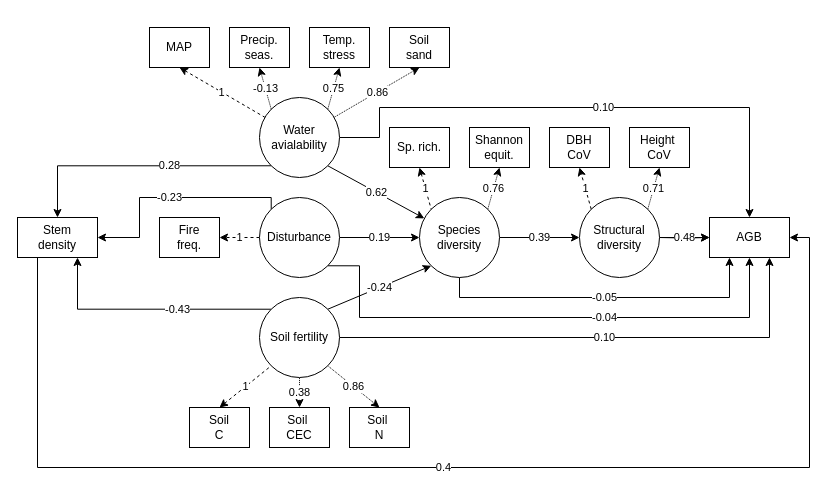
johngodlee/southern_african_befr keeps this draw.io diagram as sem_path_diag/full.drawio. Above is the earlier version. Source tidied: cells renumbered, new cells numbered last; positions are measured from the earlier drawing's top-left corner, leaving out a move shared by most shapes. Both pictures are drawn from the tidied source at 100%, with x=0, y=0 at pixel (17, 27).
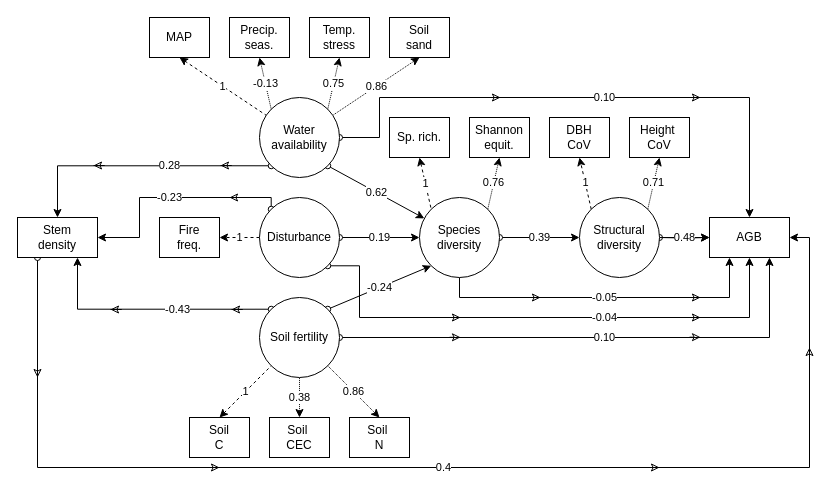
After the change.

Unchanged cells that the change refers to:
```xml
<mxCell id="4" value="AGB" style="rounded=1;whiteSpace=wrap;html=1;fontSize=12;glass=0;strokeWidth=1;shadow=0;arcSize=0;align=center;fontStyle=0;" parent="1" vertex="1">
  <mxGeometry x="692" y="190" width="80" height="40" as="geometry" />
</mxCell>
<mxCell id="6" value="Stem&lt;br&gt;density" style="rounded=1;whiteSpace=wrap;html=1;fontSize=12;glass=0;strokeWidth=1;shadow=0;arcSize=0;align=center;fontStyle=0;" parent="1" vertex="1">
  <mxGeometry y="190" width="80" height="40" as="geometry" />
</mxCell>
<mxCell id="9" value="Species&lt;br&gt;diversity" style="ellipse;whiteSpace=wrap;html=1;" parent="1" vertex="1">
  <mxGeometry x="402" y="170" width="80" height="80" as="geometry" />
</mxCell>
<mxCell id="13" value="Structural&lt;br&gt;diversity" style="ellipse;whiteSpace=wrap;html=1;" parent="1" vertex="1">
  <mxGeometry x="562" y="170" width="80" height="80" as="geometry" />
</mxCell>
<mxCell id="17" value="Soil fertility" style="ellipse;whiteSpace=wrap;html=1;" parent="1" vertex="1">
  <mxGeometry x="242" y="270" width="80" height="80" as="geometry" />
</mxCell>
<mxCell id="26" value="Disturbance" style="ellipse;whiteSpace=wrap;html=1;" parent="1" vertex="1">
  <mxGeometry x="242" y="170" width="80" height="80" as="geometry" />
</mxCell>
```

Change to the diagram source:
```diff
@@
-    <mxCell id="2" value="0.39" style="edgeStyle=orthogonalEdgeStyle;rounded=0;jettySize=auto;html=1;fontStyle=0;exitX=1;exitY=0.5;exitDx=0;exitDy=0;" parent="1" edge="1" source="9">
+    <mxCell id="2" value="0.39" style="edgeStyle=orthogonalEdgeStyle;rounded=0;jettySize=auto;html=1;fontStyle=0;exitX=1;exitY=0.5;exitDx=0;exitDy=0;startArrow=oval;startFill=0;" parent="1" edge="1" source="9">
       <mxGeometry relative="1" as="geometry">
         <mxPoint x="562" y="210" as="targetPoint" />
       </mxGeometry>
     </mxCell>
@@
-    <mxCell id="5" value="0.4" style="edgeStyle=orthogonalEdgeStyle;rounded=0;jettySize=auto;html=1;entryX=1;entryY=0.5;entryDx=0;entryDy=0;exitX=0.25;exitY=1;exitDx=0;exitDy=0;" parent="1" edge="1" source="6" target="4">
+    <mxCell id="5" value="0.4" style="edgeStyle=orthogonalEdgeStyle;rounded=0;jettySize=auto;html=1;entryX=1;entryY=0.5;entryDx=0;entryDy=0;exitX=0.25;exitY=1;exitDx=0;exitDy=0;startArrow=oval;startFill=0;" parent="1" edge="1" source="6" target="4">
       <mxGeometry relative="1" as="geometry">
         <Array as="points">
           <mxPoint x="20" y="440" />
           <mxPoint x="792" y="440" />
           <mxPoint x="792" y="210" />
         </Array>
       </mxGeometry>
     </mxCell>
@@
-    <mxCell id="12" value="0.48" style="edgeStyle=orthogonalEdgeStyle;rounded=0;jettySize=auto;html=1;startArrow=none;startFill=0;endArrow=classic;endFill=1;" parent="1" edge="1" source="13" target="4">
+    <mxCell id="12" value="0.48" style="edgeStyle=orthogonalEdgeStyle;rounded=0;jettySize=auto;html=1;startArrow=oval;startFill=0;endArrow=classic;endFill=1;" parent="1" edge="1" source="13" target="4">
       <mxGeometry x="-0.02" relative="1" as="geometry" />
     </mxCell>
@@
-    <mxCell id="14" value="-0.24" style="edgeStyle=none;rounded=0;jettySize=auto;html=1;exitX=1;exitY=0;exitDx=0;exitDy=0;entryX=0;entryY=1;entryDx=0;entryDy=0;" parent="1" edge="1" source="17" target="9">
+    <mxCell id="14" value="-0.24" style="edgeStyle=none;rounded=0;jettySize=auto;html=1;exitX=1;exitY=0;exitDx=0;exitDy=0;entryX=0;entryY=1;entryDx=0;entryDy=0;startArrow=oval;startFill=0;" parent="1" edge="1" source="17" target="9">
       <mxGeometry relative="1" as="geometry" />
     </mxCell>
-    <mxCell id="15" value="-0.43" style="edgeStyle=orthogonalEdgeStyle;rounded=0;jettySize=auto;html=1;entryX=0.75;entryY=1;entryDx=0;entryDy=0;exitX=0;exitY=0;exitDx=0;exitDy=0;" parent="1" edge="1" source="17" target="6">
+    <mxCell id="15" value="-0.43" style="edgeStyle=orthogonalEdgeStyle;rounded=0;jettySize=auto;html=1;entryX=0.75;entryY=1;entryDx=0;entryDy=0;exitX=0;exitY=0;exitDx=0;exitDy=0;startArrow=oval;startFill=0;" parent="1" edge="1" source="17" target="6">
       <mxGeometry x="-0.23" relative="1" as="geometry" />
     </mxCell>
-    <mxCell id="16" value="0.10" style="edgeStyle=orthogonalEdgeStyle;rounded=0;jettySize=auto;html=1;entryX=0.75;entryY=1;entryDx=0;entryDy=0;startArrow=none;startFill=0;endArrow=classic;endFill=1;" parent="1" edge="1" source="17" target="4">
+    <mxCell id="16" value="0.10" style="edgeStyle=orthogonalEdgeStyle;rounded=0;jettySize=auto;html=1;entryX=0.75;entryY=1;entryDx=0;entryDy=0;startArrow=oval;startFill=0;endArrow=classic;endFill=1;" parent="1" edge="1" source="17" target="4">
       <mxGeometry x="0.04" relative="1" as="geometry">
         <Array as="points">
           <mxPoint x="752" y="310" />
         </Array>
       </mxGeometry>
     </mxCell>
@@
-    <mxCell id="18" value="0.62" style="edgeStyle=none;rounded=0;jettySize=auto;html=1;exitX=1;exitY=1;exitDx=0;exitDy=0;" parent="1" edge="1" source="21" target="9">
+    <mxCell id="18" value="0.62" style="edgeStyle=none;rounded=0;jettySize=auto;html=1;exitX=1;exitY=1;exitDx=0;exitDy=0;startArrow=oval;startFill=0;" parent="1" edge="1" source="21" target="9">
       <mxGeometry relative="1" as="geometry" />
     </mxCell>
-    <mxCell id="19" value="0.28" style="rounded=0;jettySize=auto;html=1;entryX=0.5;entryY=0;entryDx=0;entryDy=0;exitX=0;exitY=1;exitDx=0;exitDy=0;edgeStyle=orthogonalEdgeStyle;" parent="1" edge="1" source="21" target="6">
+    <mxCell id="19" value="0.28" style="rounded=0;jettySize=auto;html=1;entryX=0.5;entryY=0;entryDx=0;entryDy=0;exitX=0;exitY=1;exitDx=0;exitDy=0;edgeStyle=orthogonalEdgeStyle;startArrow=oval;startFill=0;" parent="1" edge="1" source="21" target="6">
       <mxGeometry x="-0.23" relative="1" as="geometry" />
     </mxCell>
-    <mxCell id="20" value="0.10" style="edgeStyle=orthogonalEdgeStyle;rounded=0;jettySize=auto;html=1;exitX=1;exitY=0.5;exitDx=0;exitDy=0;startArrow=none;startFill=0;endArrow=classic;endFill=1;entryX=0.5;entryY=0;entryDx=0;entryDy=0;" parent="1" edge="1" source="21" target="4">
+    <mxCell id="20" value="0.10" style="edgeStyle=orthogonalEdgeStyle;rounded=0;jettySize=auto;html=1;exitX=1;exitY=0.5;exitDx=0;exitDy=0;startArrow=oval;startFill=0;endArrow=classic;endFill=1;entryX=0.5;entryY=0;entryDx=0;entryDy=0;" parent="1" edge="1" source="21" target="4">
       <mxGeometry x="0.07" relative="1" as="geometry">
         <Array as="points">
           <mxPoint x="362" y="110" />
-          <mxPoint x="362" y="80" />
-          <mxPoint x="732" y="80" />
+          <mxPoint x="362" y="70" />
+          <mxPoint x="732" y="70" />
         </Array>
       </mxGeometry>
     </mxCell>
-    <mxCell id="21" value="Water&lt;br&gt;avialability" style="ellipse;whiteSpace=wrap;html=1;" parent="1" vertex="1">
+    <mxCell id="21" value="Water&lt;br&gt;availability" style="ellipse;whiteSpace=wrap;html=1;" parent="1" vertex="1">
       <mxGeometry x="242" y="70" width="80" height="80" as="geometry" />
     </mxCell>
-    <mxCell id="22" value="0.19" style="edgeStyle=none;rounded=0;jettySize=auto;html=1;" parent="1" edge="1" source="26" target="9">
+    <mxCell id="22" value="0.19" style="edgeStyle=none;rounded=0;jettySize=auto;html=1;startArrow=oval;startFill=0;" parent="1" edge="1" source="26" target="9">
       <mxGeometry relative="1" as="geometry" />
     </mxCell>
-    <mxCell id="23" value="-0.23" style="edgeStyle=orthogonalEdgeStyle;rounded=0;jettySize=auto;html=1;exitX=0;exitY=0;exitDx=0;exitDy=0;" parent="1" edge="1" source="26">
+    <mxCell id="23" value="-0.23" style="edgeStyle=orthogonalEdgeStyle;rounded=0;jettySize=auto;html=1;exitX=0;exitY=0;exitDx=0;exitDy=0;startArrow=oval;startFill=0;" parent="1" edge="1" source="26">
       <mxGeometry relative="1" as="geometry">
         <mxPoint x="80" y="210" as="targetPoint" />
         <Array as="points">
           <mxPoint x="254" y="170" />
           <mxPoint x="122" y="170" />
           <mxPoint x="122" y="210" />
         </Array>
       </mxGeometry>
     </mxCell>
@@
-    <mxCell id="25" value="-0.04" style="edgeStyle=orthogonalEdgeStyle;rounded=0;jettySize=auto;html=1;exitX=1;exitY=1;exitDx=0;exitDy=0;entryX=0.5;entryY=1;entryDx=0;entryDy=0;startArrow=none;startFill=0;endArrow=classic;endFill=1;" parent="1" edge="1" source="26" target="4">
+    <mxCell id="25" value="-0.04" style="edgeStyle=orthogonalEdgeStyle;rounded=0;jettySize=auto;html=1;exitX=1;exitY=1;exitDx=0;exitDy=0;entryX=0.5;entryY=1;entryDx=0;entryDy=0;startArrow=oval;startFill=0;endArrow=classic;endFill=1;" parent="1" edge="1" source="26" target="4">
       <mxGeometry x="0.23" relative="1" as="geometry">
         <Array as="points">
           <mxPoint x="342" y="238" />
           <mxPoint x="342" y="290" />
           <mxPoint x="732" y="290" />
         </Array>
       </mxGeometry>
     </mxCell>
@@
     <mxCell id="28" value="Sp. rich." style="rounded=1;whiteSpace=wrap;html=1;fontSize=12;glass=0;strokeWidth=1;shadow=0;arcSize=0;align=center;fontStyle=0;" parent="1" vertex="1">
-      <mxGeometry x="372" y="100" width="60" height="40" as="geometry" />
+      <mxGeometry x="372" y="90" width="60" height="40" as="geometry" />
     </mxCell>
     <mxCell id="29" value="Shannon equit." style="rounded=1;whiteSpace=wrap;html=1;fontSize=12;glass=0;strokeWidth=1;shadow=0;arcSize=0;align=center;fontStyle=0;" parent="1" vertex="1">
-      <mxGeometry x="452" y="100" width="60" height="40" as="geometry" />
+      <mxGeometry x="452" y="90" width="60" height="40" as="geometry" />
     </mxCell>
     <mxCell id="30" value="DBH &lt;br&gt;CoV" style="rounded=1;whiteSpace=wrap;html=1;fontSize=12;glass=0;strokeWidth=1;shadow=0;arcSize=0;align=center;fontStyle=0;" parent="1" vertex="1">
-      <mxGeometry x="532" y="100" width="60" height="40" as="geometry" />
+      <mxGeometry x="532" y="90" width="60" height="40" as="geometry" />
     </mxCell>
     <mxCell id="31" value="Height&amp;nbsp;&lt;br&gt;CoV" style="rounded=1;whiteSpace=wrap;html=1;fontSize=12;glass=0;strokeWidth=1;shadow=0;arcSize=0;align=center;fontStyle=0;" parent="1" vertex="1">
-      <mxGeometry x="612" y="100" width="60" height="40" as="geometry" />
+      <mxGeometry x="612" y="90" width="60" height="40" as="geometry" />
     </mxCell>
@@
     <mxCell id="33" value="Soil&lt;br&gt;sand" style="rounded=1;whiteSpace=wrap;html=1;fontSize=12;glass=0;strokeWidth=1;shadow=0;arcSize=0;align=center;fontStyle=0;" parent="1" vertex="1">
-      <mxGeometry x="372" width="60" height="40" as="geometry" />
+      <mxGeometry x="372" y="-10" width="60" height="40" as="geometry" />
     </mxCell>
@@
     <mxCell id="35" value="Temp.&lt;br&gt;stress" style="rounded=1;whiteSpace=wrap;html=1;fontSize=12;glass=0;strokeWidth=1;shadow=0;arcSize=0;align=center;fontStyle=0;" parent="1" vertex="1">
-      <mxGeometry x="292" width="60" height="40" as="geometry" />
+      <mxGeometry x="292" y="-10" width="60" height="40" as="geometry" />
     </mxCell>
@@
     <mxCell id="37" value="Precip.&lt;br&gt;seas." style="rounded=1;whiteSpace=wrap;html=1;fontSize=12;glass=0;strokeWidth=1;shadow=0;arcSize=0;align=center;fontStyle=0;" parent="1" vertex="1">
-      <mxGeometry x="212" width="60" height="40" as="geometry" />
+      <mxGeometry x="212" y="-10" width="60" height="40" as="geometry" />
     </mxCell>
@@
     <mxCell id="39" value="Soil&amp;nbsp;&lt;br&gt;N" style="rounded=1;whiteSpace=wrap;html=1;fontSize=12;glass=0;strokeWidth=1;shadow=0;arcSize=0;align=center;fontStyle=0;" parent="1" vertex="1">
-      <mxGeometry x="332" y="380" width="60" height="40" as="geometry" />
+      <mxGeometry x="332" y="390" width="60" height="40" as="geometry" />
     </mxCell>
@@
     <mxCell id="41" value="Soil&amp;nbsp;&lt;br&gt;CEC" style="rounded=1;whiteSpace=wrap;html=1;fontSize=12;glass=0;strokeWidth=1;shadow=0;arcSize=0;align=center;fontStyle=0;" parent="1" vertex="1">
-      <mxGeometry x="252" y="380" width="60" height="40" as="geometry" />
+      <mxGeometry x="252" y="390" width="60" height="40" as="geometry" />
     </mxCell>
@@
     <mxCell id="43" value="Soil&lt;br&gt;C" style="rounded=1;whiteSpace=wrap;html=1;fontSize=12;glass=0;strokeWidth=1;shadow=0;arcSize=0;align=center;fontStyle=0;" parent="1" vertex="1">
-      <mxGeometry x="172" y="380" width="60" height="40" as="geometry" />
+      <mxGeometry x="172" y="390" width="60" height="40" as="geometry" />
     </mxCell>
@@
     <mxCell id="46" value="MAP" style="rounded=1;whiteSpace=wrap;html=1;fontSize=12;glass=0;strokeWidth=1;shadow=0;arcSize=0;align=center;fontStyle=0;" parent="1" vertex="1">
-      <mxGeometry x="132" width="60" height="40" as="geometry" />
+      <mxGeometry x="132" y="-10" width="60" height="40" as="geometry" />
     </mxCell>
+    <mxCell id="47" style="edgeStyle=orthogonalEdgeStyle;rounded=0;orthogonalLoop=1;jettySize=auto;html=1;fontStyle=0;endArrow=classic;endFill=0;" parent="1" edge="1">
+      <mxGeometry relative="1" as="geometry">
+        <mxPoint x="452" y="70" as="sourcePoint" />
+        <mxPoint x="483" y="70" as="targetPoint" />
+      </mxGeometry>
+    </mxCell>
+    <mxCell id="48" style="edgeStyle=orthogonalEdgeStyle;rounded=0;orthogonalLoop=1;jettySize=auto;html=1;fontStyle=0;endArrow=classic;endFill=0;" parent="1" edge="1">
+      <mxGeometry relative="1" as="geometry">
+        <mxPoint x="652" y="70" as="sourcePoint" />
+        <mxPoint x="683" y="70" as="targetPoint" />
+      </mxGeometry>
+    </mxCell>
+    <mxCell id="49" style="edgeStyle=orthogonalEdgeStyle;rounded=0;orthogonalLoop=1;jettySize=auto;html=1;fontStyle=0;endArrow=classic;endFill=0;" parent="1" edge="1">
+      <mxGeometry relative="1" as="geometry">
+        <mxPoint x="492" y="270" as="sourcePoint" />
+        <mxPoint x="523" y="270" as="targetPoint" />
+      </mxGeometry>
+    </mxCell>
+    <mxCell id="50" style="edgeStyle=orthogonalEdgeStyle;rounded=0;orthogonalLoop=1;jettySize=auto;html=1;fontStyle=0;endArrow=classic;endFill=0;" parent="1" edge="1">
+      <mxGeometry relative="1" as="geometry">
+        <mxPoint x="652" y="270" as="sourcePoint" />
+        <mxPoint x="683" y="270" as="targetPoint" />
+      </mxGeometry>
+    </mxCell>
+    <mxCell id="51" style="edgeStyle=orthogonalEdgeStyle;rounded=0;orthogonalLoop=1;jettySize=auto;html=1;fontStyle=0;endArrow=classic;endFill=0;" parent="1" edge="1">
+      <mxGeometry relative="1" as="geometry">
+        <mxPoint x="412" y="290" as="sourcePoint" />
+        <mxPoint x="443" y="290" as="targetPoint" />
+      </mxGeometry>
+    </mxCell>
+    <mxCell id="52" style="edgeStyle=orthogonalEdgeStyle;rounded=0;orthogonalLoop=1;jettySize=auto;html=1;fontStyle=0;endArrow=classic;endFill=0;" parent="1" edge="1">
+      <mxGeometry relative="1" as="geometry">
+        <mxPoint x="652" y="290" as="sourcePoint" />
+        <mxPoint x="683" y="290" as="targetPoint" />
+      </mxGeometry>
+    </mxCell>
+    <mxCell id="53" style="edgeStyle=orthogonalEdgeStyle;rounded=0;orthogonalLoop=1;jettySize=auto;html=1;fontStyle=0;endArrow=classic;endFill=0;" parent="1" edge="1">
+      <mxGeometry relative="1" as="geometry">
+        <mxPoint x="672" y="310" as="sourcePoint" />
+        <mxPoint x="683" y="309.7" as="targetPoint" />
+        <Array as="points">
+          <mxPoint x="683" y="310" />
+          <mxPoint x="683" y="310" />
+        </Array>
+      </mxGeometry>
+    </mxCell>
+    <mxCell id="54" style="edgeStyle=orthogonalEdgeStyle;rounded=0;orthogonalLoop=1;jettySize=auto;html=1;fontStyle=0;endArrow=classic;endFill=0;" parent="1" edge="1">
+      <mxGeometry relative="1" as="geometry">
+        <mxPoint x="432" y="310.1" as="sourcePoint" />
+        <mxPoint x="443" y="309.8" as="targetPoint" />
+        <Array as="points">
+          <mxPoint x="443" y="310.1" />
+          <mxPoint x="443" y="310.1" />
+        </Array>
+      </mxGeometry>
+    </mxCell>
+    <mxCell id="55" style="edgeStyle=orthogonalEdgeStyle;rounded=0;orthogonalLoop=1;jettySize=auto;html=1;fontStyle=0;endArrow=classic;endFill=0;" parent="1" edge="1">
+      <mxGeometry relative="1" as="geometry">
+        <mxPoint x="191" y="440.3" as="sourcePoint" />
+        <mxPoint x="202" y="440" as="targetPoint" />
+        <Array as="points">
+          <mxPoint x="202" y="440.3" />
+          <mxPoint x="202" y="440.3" />
+        </Array>
+      </mxGeometry>
+    </mxCell>
+    <mxCell id="56" style="edgeStyle=orthogonalEdgeStyle;rounded=0;orthogonalLoop=1;jettySize=auto;html=1;fontStyle=0;endArrow=classic;endFill=0;" parent="1" edge="1">
+      <mxGeometry relative="1" as="geometry">
+        <mxPoint x="631" y="440.3" as="sourcePoint" />
+        <mxPoint x="642" y="440" as="targetPoint" />
+        <Array as="points">
+          <mxPoint x="642" y="440.3" />
+          <mxPoint x="642" y="440.3" />
+        </Array>
+      </mxGeometry>
+    </mxCell>
+    <mxCell id="57" style="edgeStyle=orthogonalEdgeStyle;rounded=0;orthogonalLoop=1;jettySize=auto;html=1;fontStyle=0;endArrow=classic;endFill=0;" parent="1" edge="1">
+      <mxGeometry relative="1" as="geometry">
+        <mxPoint x="792" y="330" as="sourcePoint" />
+        <mxPoint x="792" y="320" as="targetPoint" />
+        <Array as="points">
+          <mxPoint x="792" y="350" />
+        </Array>
+      </mxGeometry>
+    </mxCell>
+    <mxCell id="58" style="edgeStyle=orthogonalEdgeStyle;rounded=0;orthogonalLoop=1;jettySize=auto;html=1;fontStyle=0;endArrow=classic;endFill=0;" parent="1" edge="1">
+      <mxGeometry relative="1" as="geometry">
+        <mxPoint x="20" y="340" as="sourcePoint" />
+        <mxPoint x="20" y="350" as="targetPoint" />
+        <Array as="points">
+          <mxPoint x="20" y="340" />
+          <mxPoint x="20" y="340" />
+        </Array>
+      </mxGeometry>
+    </mxCell>
+    <mxCell id="59" style="edgeStyle=orthogonalEdgeStyle;rounded=0;orthogonalLoop=1;jettySize=auto;html=1;fontStyle=0;endArrow=classic;endFill=0;" parent="1" edge="1">
+      <mxGeometry relative="1" as="geometry">
+        <mxPoint x="203" y="138" as="sourcePoint" />
+        <mxPoint x="203" y="138" as="targetPoint" />
+        <Array as="points">
+          <mxPoint x="214" y="138.1" />
+          <mxPoint x="214" y="138.1" />
+        </Array>
+      </mxGeometry>
+    </mxCell>
+    <mxCell id="60" style="edgeStyle=orthogonalEdgeStyle;rounded=0;orthogonalLoop=1;jettySize=auto;html=1;fontStyle=0;endArrow=classic;endFill=0;" parent="1" edge="1">
+      <mxGeometry relative="1" as="geometry">
+        <mxPoint x="76" y="138" as="sourcePoint" />
+        <mxPoint x="76" y="138" as="targetPoint" />
+        <Array as="points">
+          <mxPoint x="87" y="138.1" />
+          <mxPoint x="87" y="138.1" />
+        </Array>
+      </mxGeometry>
+    </mxCell>
+    <mxCell id="61" style="edgeStyle=orthogonalEdgeStyle;rounded=0;orthogonalLoop=1;jettySize=auto;html=1;fontStyle=0;endArrow=classic;endFill=0;" parent="1" edge="1">
+      <mxGeometry relative="1" as="geometry">
+        <mxPoint x="214" y="282" as="sourcePoint" />
+        <mxPoint x="214" y="282" as="targetPoint" />
+        <Array as="points">
+          <mxPoint x="225" y="282.1" />
+          <mxPoint x="225" y="282.1" />
+        </Array>
+      </mxGeometry>
+    </mxCell>
+    <mxCell id="62" style="edgeStyle=orthogonalEdgeStyle;rounded=0;orthogonalLoop=1;jettySize=auto;html=1;fontStyle=0;endArrow=classic;endFill=0;" parent="1" edge="1">
+      <mxGeometry relative="1" as="geometry">
+        <mxPoint x="93" y="282" as="sourcePoint" />
+        <mxPoint x="93" y="282" as="targetPoint" />
+        <Array as="points">
+          <mxPoint x="104" y="282.1" />
+          <mxPoint x="104" y="282.1" />
+        </Array>
+      </mxGeometry>
+    </mxCell>
+    <mxCell id="63" style="edgeStyle=orthogonalEdgeStyle;rounded=0;orthogonalLoop=1;jettySize=auto;html=1;fontStyle=0;endArrow=classic;endFill=0;" parent="1" edge="1">
+      <mxGeometry relative="1" as="geometry">
+        <mxPoint x="212" y="170" as="sourcePoint" />
+        <mxPoint x="212" y="170" as="targetPoint" />
+        <Array as="points">
+          <mxPoint x="223" y="170.1" />
+          <mxPoint x="223" y="170.1" />
+        </Array>
+      </mxGeometry>
+    </mxCell>
```
